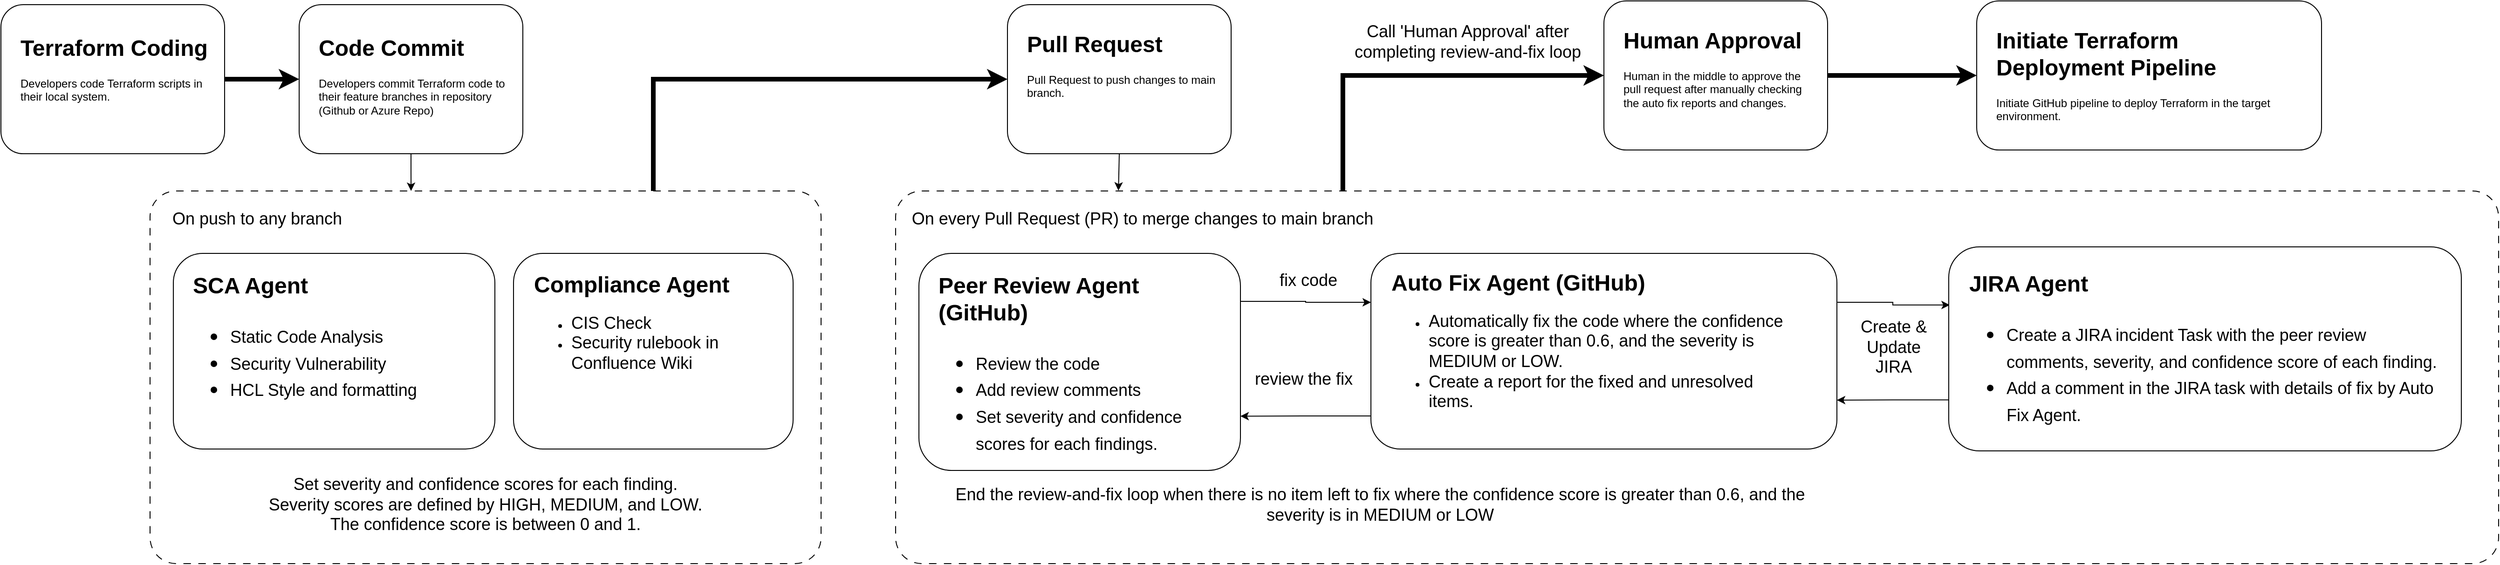
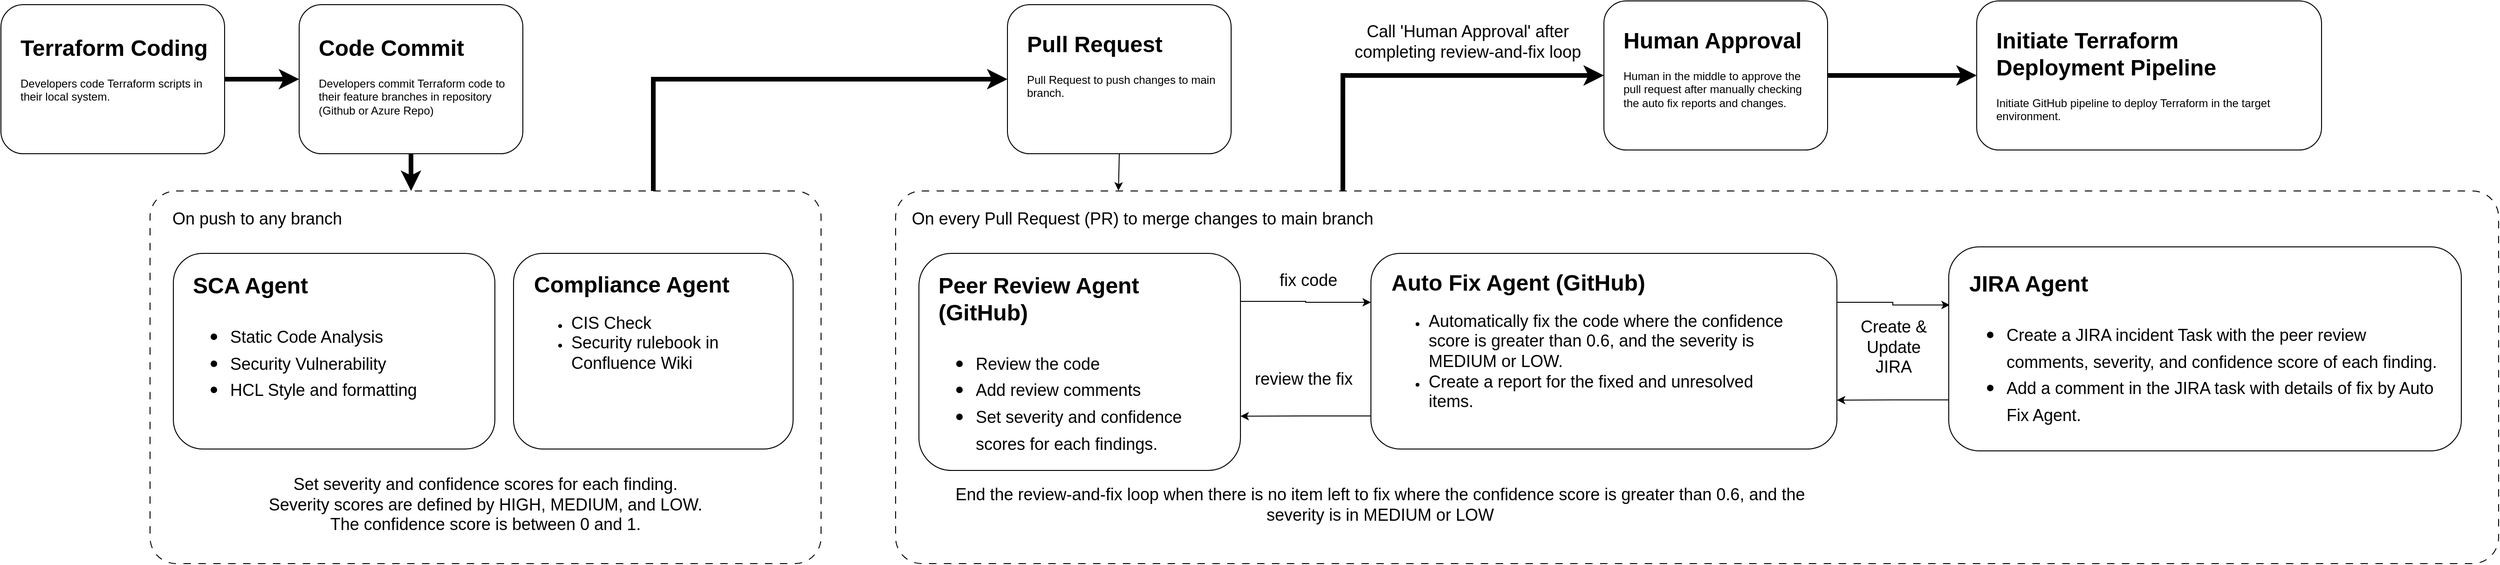
<mxfile host="app.diagrams.net">
  <diagram name="Page-1" id="llQ14HlxIDWXj9B5HY60">
    <mxGraphModel dx="1006" dy="638" grid="1" gridSize="10" guides="1" tooltips="1" connect="1" arrows="1" fold="1" page="1" pageScale="1" pageWidth="850" pageHeight="1100" math="0" shadow="0">
      <root>
        <mxCell id="0" />
        <mxCell id="1" parent="0" />
        <mxCell id="IWc9zJM8tDhvkjJ2dRjy-13" edge="1" parent="1" source="IWc9zJM8tDhvkjJ2dRjy-5" style="edgeStyle=orthogonalEdgeStyle;rounded=0;orthogonalLoop=1;jettySize=auto;html=1;entryX=0;entryY=0.5;entryDx=0;entryDy=0;exitX=0.75;exitY=0;exitDx=0;exitDy=0;strokeWidth=5;" target="IWc9zJM8tDhvkjJ2dRjy-1">
          <mxGeometry relative="1" as="geometry" />
        </mxCell>
        <mxCell id="oJW8UGhNAXkty13G2p3x-1" parent="1" style="rounded=1;whiteSpace=wrap;html=1;" value="" vertex="1">
          <mxGeometry height="160" width="240" x="440" y="200" as="geometry" />
        </mxCell>
        <mxCell id="oJW8UGhNAXkty13G2p3x-3" parent="1" style="text;html=1;whiteSpace=wrap;overflow=hidden;rounded=0;" value="&lt;h1 style=&quot;margin-top: 0px;&quot;&gt;Code Commit&lt;/h1&gt;&lt;p&gt;Developers commit Terraform code to their feature branches in repository (Github or Azure Repo)&lt;/p&gt;" vertex="1">
          <mxGeometry height="100" width="210" x="459" y="226" as="geometry" />
        </mxCell>
        <mxCell id="IWc9zJM8tDhvkjJ2dRjy-35" edge="1" parent="1" source="IWc9zJM8tDhvkjJ2dRjy-14" style="edgeStyle=orthogonalEdgeStyle;rounded=0;orthogonalLoop=1;jettySize=auto;html=1;entryX=0;entryY=0.5;entryDx=0;entryDy=0;exitX=0.279;exitY=0.025;exitDx=0;exitDy=0;exitPerimeter=0;strokeWidth=5;" target="IWc9zJM8tDhvkjJ2dRjy-33">
          <mxGeometry relative="1" as="geometry">
            <Array as="points">
              <mxPoint x="1560" y="276" />
            </Array>
          </mxGeometry>
        </mxCell>
        <mxCell id="IWc9zJM8tDhvkjJ2dRjy-1" parent="1" style="rounded=1;whiteSpace=wrap;html=1;" value="" vertex="1">
          <mxGeometry height="160" width="240" x="1200" y="200" as="geometry" />
        </mxCell>
        <mxCell id="IWc9zJM8tDhvkjJ2dRjy-2" parent="1" style="text;html=1;whiteSpace=wrap;overflow=hidden;rounded=0;" value="&lt;h1 style=&quot;margin-top: 0px;&quot;&gt;Pull Request&lt;/h1&gt;&lt;p&gt;Pull Request to push changes to main branch.&lt;/p&gt;" vertex="1">
          <mxGeometry height="100" width="210" x="1219" y="222" as="geometry" />
        </mxCell>
        <mxCell id="IWc9zJM8tDhvkjJ2dRjy-12" edge="1" parent="1" source="IWc9zJM8tDhvkjJ2dRjy-3" style="edgeStyle=orthogonalEdgeStyle;rounded=0;orthogonalLoop=1;jettySize=auto;html=1;exitX=1;exitY=0.5;exitDx=0;exitDy=0;entryX=0;entryY=0.5;entryDx=0;entryDy=0;strokeWidth=5;" target="oJW8UGhNAXkty13G2p3x-1">
          <mxGeometry relative="1" as="geometry" />
        </mxCell>
        <mxCell id="IWc9zJM8tDhvkjJ2dRjy-3" parent="1" style="rounded=1;whiteSpace=wrap;html=1;" value="" vertex="1">
          <mxGeometry height="160" width="240" x="120" y="200" as="geometry" />
        </mxCell>
        <mxCell id="IWc9zJM8tDhvkjJ2dRjy-4" parent="1" style="text;html=1;whiteSpace=wrap;overflow=hidden;rounded=0;" value="&lt;h1 style=&quot;margin-top: 0px;&quot;&gt;Terraform Coding&lt;/h1&gt;&lt;p&gt;Developers code Terraform scripts in their local system.&lt;/p&gt;" vertex="1">
          <mxGeometry height="100" width="210" x="139" y="226" as="geometry" />
        </mxCell>
        <mxCell id="IWc9zJM8tDhvkjJ2dRjy-5" parent="1" style="rounded=1;whiteSpace=wrap;html=1;arcSize=7;dashed=1;dashPattern=8 8;" value="" vertex="1">
          <mxGeometry height="400" width="720" x="280" y="400" as="geometry" />
        </mxCell>
        <mxCell id="IWc9zJM8tDhvkjJ2dRjy-6" parent="1" style="text;html=1;whiteSpace=wrap;strokeColor=none;fillColor=none;align=center;verticalAlign=middle;rounded=0;" value="&lt;font style=&quot;font-size: 18px;&quot;&gt;On push to any branch&lt;/font&gt;" vertex="1">
          <mxGeometry height="30" width="210" x="290" y="415" as="geometry" />
        </mxCell>
        <mxCell id="IWc9zJM8tDhvkjJ2dRjy-7" parent="1" style="rounded=1;whiteSpace=wrap;html=1;" value="" vertex="1">
          <mxGeometry height="210" width="345" x="305" y="467" as="geometry" />
        </mxCell>
        <mxCell id="IWc9zJM8tDhvkjJ2dRjy-8" parent="1" style="text;html=1;whiteSpace=wrap;overflow=hidden;rounded=0;" value="&lt;h1 style=&quot;margin-top: 0px;&quot;&gt;SCA Agent&lt;/h1&gt;&lt;h1 style=&quot;margin-top: 0px;&quot;&gt;&lt;p style=&quot;font-size: 12px; font-weight: 400;&quot;&gt;&lt;/p&gt;&lt;ul&gt;&lt;li&gt;&lt;span style=&quot;font-size: 18px; font-weight: normal;&quot;&gt;Static Code Analysis&lt;/span&gt;&lt;/li&gt;&lt;li&gt;&lt;span style=&quot;font-size: 18px; font-weight: normal;&quot;&gt;Security Vulnerability&lt;/span&gt;&lt;/li&gt;&lt;li&gt;&lt;span style=&quot;font-size: 18px; font-weight: normal;&quot;&gt;HCL Style and formatting&lt;/span&gt;&lt;/li&gt;&lt;/ul&gt;&lt;p&gt;&lt;/p&gt;&lt;/h1&gt;" vertex="1">
          <mxGeometry height="183" width="306" x="324" y="481" as="geometry" />
        </mxCell>
        <mxCell id="IWc9zJM8tDhvkjJ2dRjy-9" parent="1" style="rounded=1;whiteSpace=wrap;html=1;" value="" vertex="1">
          <mxGeometry height="210" width="300" x="670" y="467" as="geometry" />
        </mxCell>
        <mxCell id="IWc9zJM8tDhvkjJ2dRjy-10" parent="1" style="text;html=1;whiteSpace=wrap;overflow=hidden;rounded=0;" value="&lt;h1 style=&quot;margin-top: 0px;&quot;&gt;Compliance Agent&lt;/h1&gt;&lt;p&gt;&lt;/p&gt;&lt;ul&gt;&lt;li&gt;&lt;span style=&quot;font-size: 18px;&quot;&gt;CIS Check&lt;/span&gt;&lt;/li&gt;&lt;li&gt;&lt;span style=&quot;font-size: 18px;&quot;&gt;Security rulebook in Confluence Wiki&lt;/span&gt;&lt;/li&gt;&lt;/ul&gt;&lt;p&gt;&lt;/p&gt;" vertex="1">
          <mxGeometry height="180" width="269" x="690" y="480" as="geometry" />
        </mxCell>
-         <mxCell id="IWc9zJM8tDhvkjJ2dRjy-11" edge="1" parent="1" source="oJW8UGhNAXkty13G2p3x-1" style="edgeStyle=orthogonalEdgeStyle;rounded=0;orthogonalLoop=1;jettySize=auto;html=1;exitX=0.5;exitY=1;exitDx=0;exitDy=0;entryX=0.389;entryY=0;entryDx=0;entryDy=0;entryPerimeter=0;" target="IWc9zJM8tDhvkjJ2dRjy-5">
+         <mxCell id="IWc9zJM8tDhvkjJ2dRjy-11" edge="1" parent="1" source="oJW8UGhNAXkty13G2p3x-1" style="edgeStyle=orthogonalEdgeStyle;rounded=0;orthogonalLoop=1;jettySize=auto;html=1;exitX=0.5;exitY=1;exitDx=0;exitDy=0;entryX=0.389;entryY=0;entryDx=0;entryDy=0;entryPerimeter=0;strokeWidth=5;" target="IWc9zJM8tDhvkjJ2dRjy-5">
          <mxGeometry relative="1" as="geometry" />
        </mxCell>
        <mxCell id="IWc9zJM8tDhvkjJ2dRjy-14" parent="1" style="rounded=1;whiteSpace=wrap;html=1;arcSize=7;dashed=1;dashPattern=8 8;" value="" vertex="1">
          <mxGeometry height="400" width="1720" x="1080" y="400" as="geometry" />
        </mxCell>
        <mxCell id="IWc9zJM8tDhvkjJ2dRjy-15" parent="1" style="text;html=1;whiteSpace=wrap;strokeColor=none;fillColor=none;align=center;verticalAlign=middle;rounded=0;" value="&lt;font style=&quot;font-size: 18px;&quot;&gt;On every Pull Request (PR) to merge changes to main branch&lt;/font&gt;" vertex="1">
          <mxGeometry height="30" width="510" x="1090" y="415" as="geometry" />
        </mxCell>
        <mxCell id="IWc9zJM8tDhvkjJ2dRjy-22" edge="1" parent="1" source="IWc9zJM8tDhvkjJ2dRjy-16" style="edgeStyle=orthogonalEdgeStyle;rounded=0;orthogonalLoop=1;jettySize=auto;html=1;exitX=1;exitY=0.221;exitDx=0;exitDy=0;entryX=0;entryY=0.25;entryDx=0;entryDy=0;exitPerimeter=0;" target="IWc9zJM8tDhvkjJ2dRjy-18">
          <mxGeometry relative="1" as="geometry" />
        </mxCell>
        <mxCell id="IWc9zJM8tDhvkjJ2dRjy-16" parent="1" style="rounded=1;whiteSpace=wrap;html=1;" value="" vertex="1">
          <mxGeometry height="233" width="345" x="1105" y="467" as="geometry" />
        </mxCell>
        <mxCell id="IWc9zJM8tDhvkjJ2dRjy-17" parent="1" style="text;html=1;whiteSpace=wrap;overflow=hidden;rounded=0;" value="&lt;h1 style=&quot;margin-top: 0px;&quot;&gt;Peer Review Agent (GitHub)&lt;/h1&gt;&lt;h1 style=&quot;margin-top: 0px;&quot;&gt;&lt;p style=&quot;font-size: 12px; font-weight: 400;&quot;&gt;&lt;/p&gt;&lt;ul&gt;&lt;li&gt;&lt;span style=&quot;font-size: 18px; font-weight: 400;&quot;&gt;Review the code&lt;/span&gt;&lt;/li&gt;&lt;li&gt;&lt;span style=&quot;font-size: 18px; font-weight: 400;&quot;&gt;Add review comments&lt;/span&gt;&lt;/li&gt;&lt;li&gt;&lt;span style=&quot;font-size: 18px; font-weight: 400;&quot;&gt;Set severity and confidence scores for each findings.&lt;/span&gt;&lt;/li&gt;&lt;/ul&gt;&lt;p&gt;&lt;/p&gt;&lt;/h1&gt;" vertex="1">
          <mxGeometry height="209" width="306" x="1124" y="481" as="geometry" />
        </mxCell>
        <mxCell id="IWc9zJM8tDhvkjJ2dRjy-23" edge="1" parent="1" source="IWc9zJM8tDhvkjJ2dRjy-18" style="edgeStyle=orthogonalEdgeStyle;rounded=0;orthogonalLoop=1;jettySize=auto;html=1;exitX=0;exitY=0.831;exitDx=0;exitDy=0;entryX=1;entryY=0.75;entryDx=0;entryDy=0;exitPerimeter=0;" target="IWc9zJM8tDhvkjJ2dRjy-16">
          <mxGeometry relative="1" as="geometry" />
        </mxCell>
        <mxCell id="IWc9zJM8tDhvkjJ2dRjy-31" edge="1" parent="1" source="IWc9zJM8tDhvkjJ2dRjy-18" style="edgeStyle=orthogonalEdgeStyle;rounded=0;orthogonalLoop=1;jettySize=auto;html=1;exitX=1;exitY=0.25;exitDx=0;exitDy=0;entryX=0.002;entryY=0.285;entryDx=0;entryDy=0;entryPerimeter=0;" target="IWc9zJM8tDhvkjJ2dRjy-27">
          <mxGeometry relative="1" as="geometry" />
        </mxCell>
        <mxCell id="IWc9zJM8tDhvkjJ2dRjy-18" parent="1" style="rounded=1;whiteSpace=wrap;html=1;" value="" vertex="1">
          <mxGeometry height="210" width="500" x="1590" y="467" as="geometry" />
        </mxCell>
        <mxCell id="IWc9zJM8tDhvkjJ2dRjy-19" parent="1" style="text;html=1;whiteSpace=wrap;overflow=hidden;rounded=0;" value="&lt;h1 style=&quot;margin-top: 0px;&quot;&gt;Auto Fix Agent (GitHub)&lt;/h1&gt;&lt;p&gt;&lt;/p&gt;&lt;ul&gt;&lt;li&gt;&lt;span style=&quot;font-size: 18px;&quot;&gt;Automatically fix the code where the confidence score is greater than 0.6, and the severity is MEDIUM or LOW.&amp;nbsp;&lt;/span&gt;&lt;/li&gt;&lt;li&gt;&lt;span style=&quot;font-size: 18px;&quot;&gt;Create a report for the fixed and unresolved items.&lt;/span&gt;&lt;/li&gt;&lt;/ul&gt;&lt;p&gt;&lt;/p&gt;" vertex="1">
          <mxGeometry height="192" width="440" x="1610" y="478" as="geometry" />
        </mxCell>
        <mxCell id="IWc9zJM8tDhvkjJ2dRjy-20" parent="1" style="text;whiteSpace=wrap;fontSize=18;align=center;" value="Set severity and confidence scores for each finding.&#xa;Severity scores are defined by HIGH, MEDIUM, and LOW.&#xa;The confidence score is between 0 and 1." vertex="1">
          <mxGeometry height="77" width="640" x="320" y="698" as="geometry" />
        </mxCell>
        <mxCell id="IWc9zJM8tDhvkjJ2dRjy-21" edge="1" parent="1" source="IWc9zJM8tDhvkjJ2dRjy-1" style="edgeStyle=orthogonalEdgeStyle;rounded=0;orthogonalLoop=1;jettySize=auto;html=1;exitX=0.5;exitY=1;exitDx=0;exitDy=0;entryX=0.139;entryY=-0.001;entryDx=0;entryDy=0;entryPerimeter=0;" target="IWc9zJM8tDhvkjJ2dRjy-14">
          <mxGeometry relative="1" as="geometry" />
        </mxCell>
        <mxCell id="IWc9zJM8tDhvkjJ2dRjy-24" parent="1" style="text;html=1;whiteSpace=wrap;strokeColor=none;fillColor=none;align=center;verticalAlign=middle;rounded=0;" value="&lt;font style=&quot;font-size: 18px;&quot;&gt;fix code&lt;/font&gt;" vertex="1">
          <mxGeometry height="30" width="82" x="1482" y="481" as="geometry" />
        </mxCell>
        <mxCell id="IWc9zJM8tDhvkjJ2dRjy-25" parent="1" style="text;html=1;whiteSpace=wrap;strokeColor=none;fillColor=none;align=center;verticalAlign=middle;rounded=0;" value="&lt;font style=&quot;font-size: 18px;&quot;&gt;review the fix&lt;/font&gt;" vertex="1">
          <mxGeometry height="30" width="120" x="1458" y="587" as="geometry" />
        </mxCell>
        <mxCell id="IWc9zJM8tDhvkjJ2dRjy-26" parent="1" style="text;html=1;whiteSpace=wrap;strokeColor=none;fillColor=none;align=center;verticalAlign=middle;rounded=0;" value="&lt;font style=&quot;font-size: 18px;&quot;&gt;End the review-and-fix loop when there is no item left to fix where the confidence score is greater than 0.6, and the severity is in MEDIUM or LOW&lt;/font&gt;" vertex="1">
          <mxGeometry height="50" width="980" x="1110" y="711.5" as="geometry" />
        </mxCell>
        <mxCell id="IWc9zJM8tDhvkjJ2dRjy-30" edge="1" parent="1" source="IWc9zJM8tDhvkjJ2dRjy-27" style="edgeStyle=orthogonalEdgeStyle;rounded=0;orthogonalLoop=1;jettySize=auto;html=1;exitX=0;exitY=0.75;exitDx=0;exitDy=0;entryX=1;entryY=0.75;entryDx=0;entryDy=0;" target="IWc9zJM8tDhvkjJ2dRjy-18">
          <mxGeometry relative="1" as="geometry" />
        </mxCell>
        <mxCell id="IWc9zJM8tDhvkjJ2dRjy-27" parent="1" style="rounded=1;whiteSpace=wrap;html=1;" value="" vertex="1">
          <mxGeometry height="219" width="550" x="2210" y="460" as="geometry" />
        </mxCell>
        <mxCell id="IWc9zJM8tDhvkjJ2dRjy-28" parent="1" style="text;html=1;whiteSpace=wrap;overflow=hidden;rounded=0;" value="&lt;h1 style=&quot;margin-top: 0px;&quot;&gt;JIRA Agent&lt;/h1&gt;&lt;h1 style=&quot;margin-top: 0px;&quot;&gt;&lt;p style=&quot;font-size: 12px; font-weight: 400;&quot;&gt;&lt;/p&gt;&lt;ul&gt;&lt;li&gt;&lt;span style=&quot;font-size: 18px; font-weight: 400;&quot;&gt;Create a JIRA incident Task with the peer review comments, severity, and confidence score of each finding.&lt;/span&gt;&lt;/li&gt;&lt;li&gt;&lt;span style=&quot;font-size: 18px; font-weight: 400;&quot;&gt;Add a comment in the JIRA task with details of fix by Auto Fix Agent.&lt;/span&gt;&lt;/li&gt;&lt;/ul&gt;&lt;p&gt;&lt;/p&gt;&lt;/h1&gt;" vertex="1">
          <mxGeometry height="191" width="510" x="2230" y="479" as="geometry" />
        </mxCell>
        <mxCell id="IWc9zJM8tDhvkjJ2dRjy-32" parent="1" style="text;html=1;whiteSpace=wrap;strokeColor=none;fillColor=none;align=center;verticalAlign=middle;rounded=0;" value="&lt;font style=&quot;font-size: 18px;&quot;&gt;Create &amp;amp; Update JIRA&lt;/font&gt;" vertex="1">
          <mxGeometry height="57.5" width="102" x="2100" y="539" as="geometry" />
        </mxCell>
        <mxCell id="IWc9zJM8tDhvkjJ2dRjy-39" edge="1" parent="1" source="IWc9zJM8tDhvkjJ2dRjy-33" style="edgeStyle=orthogonalEdgeStyle;rounded=0;orthogonalLoop=1;jettySize=auto;html=1;exitX=1;exitY=0.5;exitDx=0;exitDy=0;entryX=0;entryY=0.5;entryDx=0;entryDy=0;strokeWidth=5;" target="IWc9zJM8tDhvkjJ2dRjy-37">
          <mxGeometry relative="1" as="geometry" />
        </mxCell>
        <mxCell id="IWc9zJM8tDhvkjJ2dRjy-33" parent="1" style="rounded=1;whiteSpace=wrap;html=1;" value="" vertex="1">
          <mxGeometry height="160" width="240" x="1840" y="196" as="geometry" />
        </mxCell>
        <mxCell id="IWc9zJM8tDhvkjJ2dRjy-34" parent="1" style="text;html=1;whiteSpace=wrap;overflow=hidden;rounded=0;" value="&lt;h1 style=&quot;margin-top: 0px;&quot;&gt;Human Approval&lt;/h1&gt;&lt;p&gt;Human in the middle to approve the pull request after manually checking the auto fix reports and changes.&amp;nbsp;&lt;/p&gt;" vertex="1">
          <mxGeometry height="100" width="210" x="1859" y="218" as="geometry" />
        </mxCell>
        <mxCell id="IWc9zJM8tDhvkjJ2dRjy-36" parent="1" style="text;html=1;whiteSpace=wrap;strokeColor=none;fillColor=none;align=center;verticalAlign=middle;rounded=0;" value="&lt;font style=&quot;font-size: 18px;&quot;&gt;Call &#39;Human Approval&#39; after completing review-and-fix loop&lt;/font&gt;" vertex="1">
          <mxGeometry height="60" width="248" x="1570" y="210" as="geometry" />
        </mxCell>
        <mxCell id="IWc9zJM8tDhvkjJ2dRjy-37" parent="1" style="rounded=1;whiteSpace=wrap;html=1;" value="" vertex="1">
          <mxGeometry height="160" width="370" x="2240" y="196" as="geometry" />
        </mxCell>
        <mxCell id="IWc9zJM8tDhvkjJ2dRjy-38" parent="1" style="text;html=1;whiteSpace=wrap;overflow=hidden;rounded=0;" value="&lt;h1 style=&quot;margin-top: 0px;&quot;&gt;Initiate Terraform Deployment Pipeline&lt;/h1&gt;&lt;p&gt;Initiate GitHub pipeline to deploy Terraform in the target environment.&amp;nbsp;&amp;nbsp;&lt;/p&gt;" vertex="1">
          <mxGeometry height="112" width="341" x="2259" y="218" as="geometry" />
        </mxCell>
      </root>
    </mxGraphModel>
  </diagram>
</mxfile>
